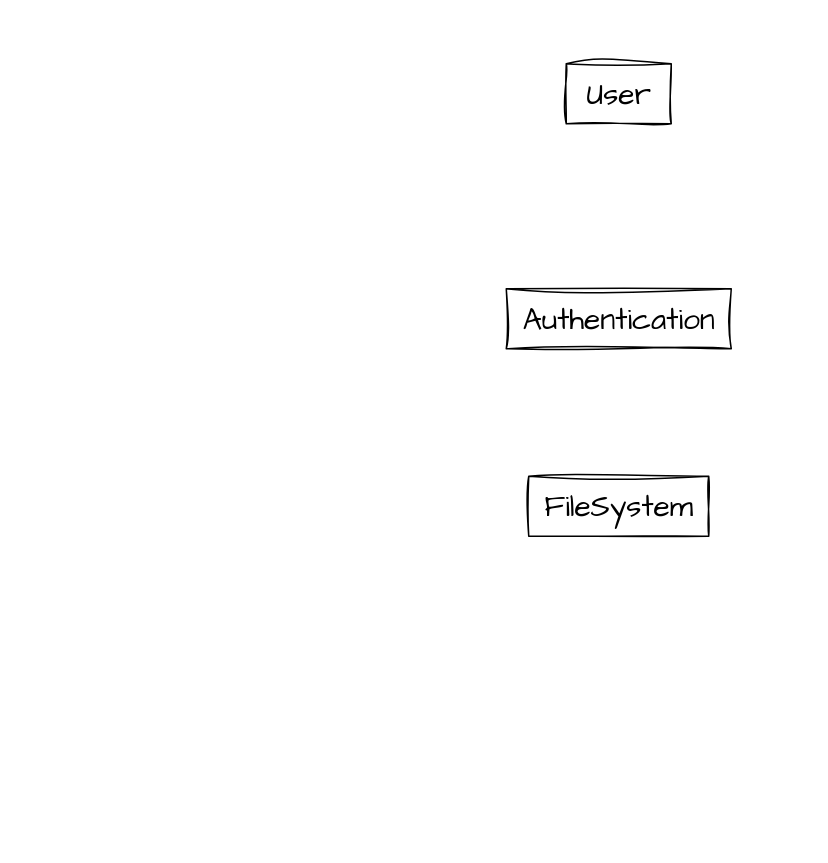
Before: high-level.drawio in Dekr0/SFS, a draw.io diagram. Source tidied: cells renumbered, new cells numbered last; positions are measured from the earlier drawing's top-left corner, leaving out a move shared by most shapes. Both pictures are drawn from the tidied source at 150%, with x=0, y=0 at pixel (506, 63).
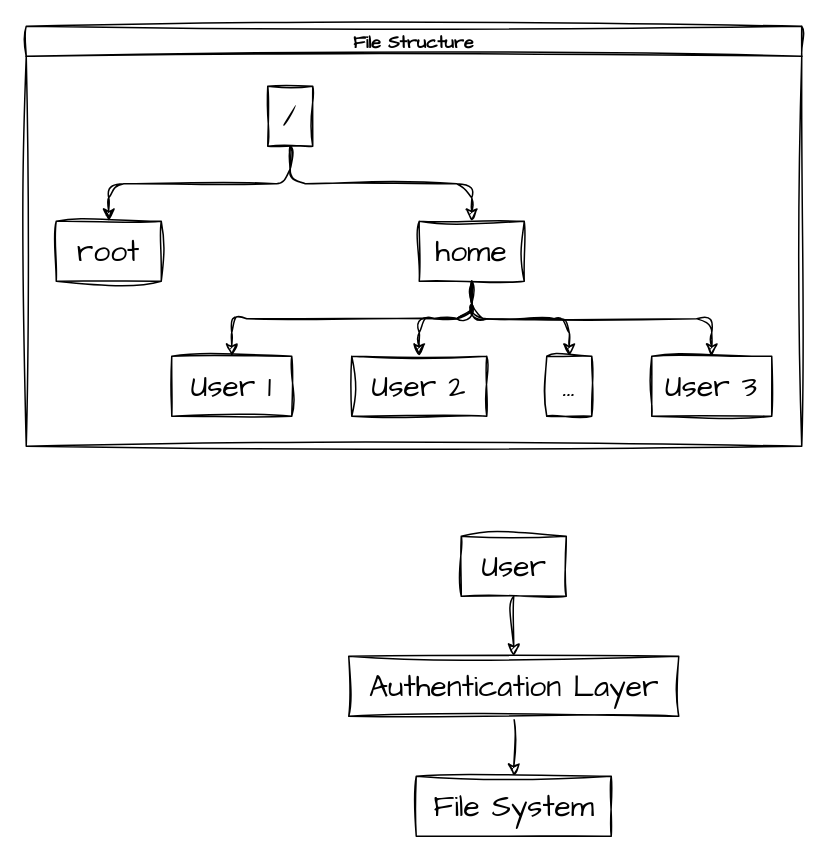
The same diagram, later.

The edit, as a diff of the source:
```diff
@@
+    <mxCell id="5" style="edgeStyle=orthogonalEdgeStyle;rounded=0;sketch=1;hachureGap=4;jiggle=2;curveFitting=1;jettySize=auto;html=1;fontFamily=Architects Daughter;fontSize=16;" parent="1" edge="1" source="2" target="3">
+      <mxGeometry relative="1" as="geometry" />
+    </mxCell>
     <mxCell id="2" value="User" style="html=1;sketch=1;hachureGap=4;jiggle=2;curveFitting=1;fontFamily=Architects Daughter;fontSize=20;" parent="1" vertex="1">
-      <mxGeometry x="40" width="70" height="40" as="geometry" />
+      <mxGeometry x="-30" y="315" width="70" height="40" as="geometry" />
     </mxCell>
+    <mxCell id="6" style="edgeStyle=orthogonalEdgeStyle;rounded=0;sketch=1;hachureGap=4;jiggle=2;curveFitting=1;jettySize=auto;html=1;fontFamily=Architects Daughter;fontSize=16;" parent="1" edge="1" source="3" target="4">
+      <mxGeometry relative="1" as="geometry" />
+    </mxCell>
-    <mxCell id="3" value="Authentication" style="html=1;sketch=1;hachureGap=4;jiggle=2;curveFitting=1;fontFamily=Architects Daughter;fontSize=20;" parent="1" vertex="1">
-      <mxGeometry y="150" width="150" height="40" as="geometry" />
+    <mxCell id="3" value="Authentication Layer" style="html=1;sketch=1;hachureGap=4;jiggle=2;curveFitting=1;fontFamily=Architects Daughter;fontSize=20;" parent="1" vertex="1">
+      <mxGeometry x="-105" y="395" width="220" height="40" as="geometry" />
     </mxCell>
-    <mxCell id="4" value="FileSystem" style="html=1;sketch=1;hachureGap=4;jiggle=2;curveFitting=1;fontFamily=Architects Daughter;fontSize=20;" parent="1" vertex="1">
-      <mxGeometry x="15" y="275" width="120" height="40" as="geometry" />
+    <mxCell id="4" value="File System" style="html=1;sketch=1;hachureGap=4;jiggle=2;curveFitting=1;fontFamily=Architects Daughter;fontSize=20;" parent="1" vertex="1">
+      <mxGeometry x="-60" y="475" width="130" height="40" as="geometry" />
     </mxCell>
+    <mxCell id="7" value="File Structure" style="swimlane;startSize=20;horizontal=1;horizontalTree=0;containerType=tree;fontSize=12;sketch=1;hachureGap=4;jiggle=2;curveFitting=1;fontFamily=Architects Daughter;" parent="1" vertex="1">
+      <mxGeometry x="-320" y="-25" width="517" height="280" as="geometry" />
+    </mxCell>
+    <mxCell id="8" value="/" style="whiteSpace=wrap;html=1;sketch=1;hachureGap=4;jiggle=2;curveFitting=1;fontFamily=Architects Daughter;fontSize=20;" parent="7" vertex="1">
+      <mxGeometry x="161" y="40" width="30" height="40" as="geometry" />
+    </mxCell>
+    <mxCell id="9" value="root" style="whiteSpace=wrap;html=1;sketch=1;hachureGap=4;jiggle=2;curveFitting=1;fontFamily=Architects Daughter;fontSize=20;" parent="7" vertex="1">
+      <mxGeometry x="20" y="130" width="70" height="40" as="geometry" />
+    </mxCell>
+    <mxCell id="10" style="edgeStyle=elbowEdgeStyle;elbow=vertical;html=1;rounded=1;curved=0;sourcePerimeterSpacing=0;targetPerimeterSpacing=0;startSize=6;endSize=6;sketch=1;hachureGap=4;jiggle=2;curveFitting=1;fontFamily=Architects Daughter;fontSize=16;" parent="7" edge="1" source="8" target="9">
+      <mxGeometry relative="1" as="geometry" />
+    </mxCell>
+    <mxCell id="11" value="home" style="whiteSpace=wrap;html=1;sketch=1;hachureGap=4;jiggle=2;curveFitting=1;fontFamily=Architects Daughter;fontSize=20;" parent="7" vertex="1">
+      <mxGeometry x="262" y="130" width="70" height="40" as="geometry" />
+    </mxCell>
+    <mxCell id="12" style="edgeStyle=elbowEdgeStyle;elbow=vertical;html=1;rounded=1;curved=0;sourcePerimeterSpacing=0;targetPerimeterSpacing=0;startSize=6;endSize=6;sketch=1;hachureGap=4;jiggle=2;curveFitting=1;fontFamily=Architects Daughter;fontSize=16;" parent="7" edge="1" source="8" target="11">
+      <mxGeometry relative="1" as="geometry" />
+    </mxCell>
+    <mxCell id="13" style="edgeStyle=elbowEdgeStyle;elbow=vertical;html=1;rounded=1;curved=0;sourcePerimeterSpacing=0;targetPerimeterSpacing=0;startSize=6;endSize=6;sketch=1;hachureGap=4;jiggle=2;curveFitting=1;fontFamily=Architects Daughter;fontSize=16;" parent="7" edge="1" source="11" target="14">
+      <mxGeometry relative="1" as="geometry" />
+    </mxCell>
+    <mxCell id="14" value="User 1" style="whiteSpace=wrap;html=1;sketch=1;hachureGap=4;jiggle=2;curveFitting=1;fontFamily=Architects Daughter;fontSize=20;" parent="7" vertex="1">
+      <mxGeometry x="97" y="220" width="80" height="40" as="geometry" />
+    </mxCell>
+    <mxCell id="15" style="edgeStyle=elbowEdgeStyle;elbow=vertical;html=1;rounded=1;curved=0;sourcePerimeterSpacing=0;targetPerimeterSpacing=0;startSize=6;endSize=6;sketch=1;hachureGap=4;jiggle=2;curveFitting=1;fontFamily=Architects Daughter;fontSize=16;" parent="7" edge="1" source="11" target="16">
+      <mxGeometry relative="1" as="geometry" />
+    </mxCell>
+    <mxCell id="16" value="User 2" style="whiteSpace=wrap;html=1;sketch=1;hachureGap=4;jiggle=2;curveFitting=1;fontFamily=Architects Daughter;fontSize=20;" parent="7" vertex="1">
+      <mxGeometry x="217" y="220" width="90" height="40" as="geometry" />
+    </mxCell>
+    <mxCell id="17" style="edgeStyle=elbowEdgeStyle;elbow=vertical;html=1;rounded=1;curved=0;sourcePerimeterSpacing=0;targetPerimeterSpacing=0;startSize=6;endSize=6;sketch=1;hachureGap=4;jiggle=2;curveFitting=1;fontFamily=Architects Daughter;fontSize=16;" parent="7" edge="1" source="11" target="18">
+      <mxGeometry relative="1" as="geometry" />
+    </mxCell>
+    <mxCell id="18" value="..." style="whiteSpace=wrap;html=1;sketch=1;hachureGap=4;jiggle=2;curveFitting=1;fontFamily=Architects Daughter;fontSize=20;" parent="7" vertex="1">
+      <mxGeometry x="347" y="220" width="30" height="40" as="geometry" />
+    </mxCell>
+    <mxCell id="19" style="edgeStyle=elbowEdgeStyle;elbow=vertical;html=1;rounded=1;curved=0;sourcePerimeterSpacing=0;targetPerimeterSpacing=0;startSize=6;endSize=6;sketch=1;hachureGap=4;jiggle=2;curveFitting=1;fontFamily=Architects Daughter;fontSize=16;" parent="7" edge="1" source="11" target="20">
+      <mxGeometry relative="1" as="geometry" />
+    </mxCell>
+    <mxCell id="20" value="User 3" style="whiteSpace=wrap;html=1;sketch=1;hachureGap=4;jiggle=2;curveFitting=1;fontFamily=Architects Daughter;fontSize=20;" parent="7" vertex="1">
+      <mxGeometry x="417" y="220" width="80" height="40" as="geometry" />
+    </mxCell>
```
